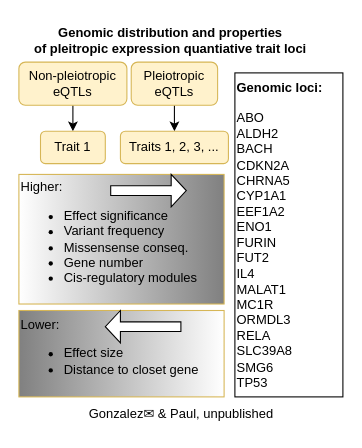
The draw.io diagram ms/fig/graphical_abstract.drawio in aitgon/gwas2eqtl_pleiotropy, before the edit. Source tidied: cells renumbered, new cells numbered last; positions are measured from the earlier drawing's top-left corner, leaving out a move shared by most shapes. Both pictures are drawn from the tidied source at 108%, with x=0, y=0 at pixel (18, 18).
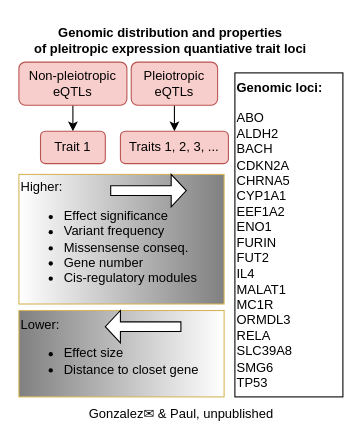
Above is the later version.

Diff of the diagram source:
```diff
@@
 <mxGraphModel>
   <root>
     <mxCell id="0" />
     <mxCell id="1" parent="0" />
     <mxCell id="2" style="rounded=0;jettySize=auto;html=1;exitX=0.5;exitY=1;exitDx=0;exitDy=0;entryX=0.5;entryY=0;entryDx=0;entryDy=0;" parent="1" edge="1" source="3" target="4">
       <mxGeometry relative="1" as="geometry" />
     </mxCell>
-    <mxCell id="3" value="Non-pleiotropic&lt;br&gt;eQTLs" style="rounded=1;whiteSpace=wrap;html=1;fillColor=#fff2cc;strokeColor=#d6b656;" parent="1" vertex="1">
+    <mxCell id="3" value="Non-pleiotropic&lt;br&gt;eQTLs" style="rounded=1;whiteSpace=wrap;html=1;fillColor=#f8cecc;strokeColor=#b85450;" parent="1" vertex="1">
       <mxGeometry y="40" width="100" height="40" as="geometry" />
     </mxCell>
-    <mxCell id="4" value="Trait 1" style="rounded=1;whiteSpace=wrap;html=1;fillColor=#fff2cc;strokeColor=#d6b656;" parent="1" vertex="1">
+    <mxCell id="4" value="Trait 1" style="rounded=1;whiteSpace=wrap;html=1;fillColor=#f8cecc;strokeColor=#b85450;" parent="1" vertex="1">
       <mxGeometry x="20" y="104" width="60" height="30" as="geometry" />
     </mxCell>
     <mxCell id="5" style="rounded=0;jettySize=auto;html=1;entryX=0.5;entryY=0;entryDx=0;entryDy=0;exitX=0.5;exitY=1;exitDx=0;exitDy=0;" parent="1" edge="1" source="6" target="7">
       <mxGeometry relative="1" as="geometry" />
     </mxCell>
-    <mxCell id="6" value="Pleiotropic&lt;br&gt;eQTLs" style="rounded=1;whiteSpace=wrap;html=1;fillColor=#fff2cc;strokeColor=#d6b656;" parent="1" vertex="1">
+    <mxCell id="6" value="Pleiotropic&lt;br&gt;eQTLs" style="rounded=1;whiteSpace=wrap;html=1;fillColor=#f8cecc;strokeColor=#b85450;" parent="1" vertex="1">
       <mxGeometry x="104" y="40" width="80" height="40" as="geometry" />
     </mxCell>
-    <mxCell id="7" value="Traits 1, 2, 3, ..." style="rounded=1;whiteSpace=wrap;html=1;fillColor=#fff2cc;strokeColor=#d6b656;" parent="1" vertex="1">
+    <mxCell id="7" value="Traits 1, 2, 3, ..." style="rounded=1;whiteSpace=wrap;html=1;fillColor=#f8cecc;strokeColor=#b85450;" parent="1" vertex="1">
       <mxGeometry x="94" y="104" width="100" height="30" as="geometry" />
     </mxCell>
     <mxCell id="8" value="&lt;b&gt;Genomic distribution and properties &lt;br&gt;of pleitropic expression quantiative trait loci&lt;br&gt;&lt;/b&gt;" style="text;html=1;align=center;verticalAlign=middle;strokeColor=none;fillColor=none;" parent="1" vertex="1">
       <mxGeometry width="280" height="40" as="geometry" />
     </mxCell>
     <mxCell id="9" value="Higher:&lt;br&gt;&lt;ul&gt;&lt;li&gt;&lt;span style=&quot;background-color: initial;&quot;&gt;Effect significance&lt;/span&gt;&lt;/li&gt;&lt;li&gt;&lt;span style=&quot;background-color: initial;&quot;&gt;Variant frequency&lt;/span&gt;&lt;/li&gt;&lt;li&gt;&lt;span style=&quot;background-color: initial;&quot;&gt;Missensense conseq.&lt;/span&gt;&lt;/li&gt;&lt;li&gt;&lt;span style=&quot;background-color: initial;&quot;&gt;Gene number&lt;/span&gt;&lt;/li&gt;&lt;li&gt;&lt;span style=&quot;background-color: initial;&quot;&gt;Cis-regulatory modules&lt;/span&gt;&lt;/li&gt;&lt;/ul&gt;" style="text;html=1;align=left;verticalAlign=middle;strokeColor=#d6b656;fillColor=#FFFFFF;gradientColor=#808080;gradientDirection=east;" parent="1" vertex="1">
       <mxGeometry y="144" width="190" height="120" as="geometry" />
     </mxCell>
     <mxCell id="10" style="shape=singleArrow;whiteSpace=wrap;html=1;" parent="1" vertex="1">
       <mxGeometry x="85" y="144" width="70" height="30" as="geometry" />
     </mxCell>
     <mxCell id="11" value="Lower:&lt;br&gt;&lt;ul&gt;&lt;li&gt;Effect size&lt;/li&gt;&lt;li&gt;&lt;span style=&quot;text-align: center;&quot;&gt;Distance to closet gene&lt;/span&gt;&lt;br&gt;&lt;/li&gt;&lt;/ul&gt;" style="text;html=1;align=left;verticalAlign=middle;strokeColor=#d6b656;fillColor=#808080;gradientColor=#FFFFFF;gradientDirection=east;" parent="1" vertex="1">
       <mxGeometry y="270" width="190" height="80" as="geometry" />
     </mxCell>
     <mxCell id="12" style="shape=singleArrow;whiteSpace=wrap;html=1;direction=west;" parent="1" vertex="1">
       <mxGeometry x="80" y="270" width="70" height="30" as="geometry" />
     </mxCell>
     <mxCell id="13" value="&lt;div&gt;&lt;b&gt;Genomic loci:&lt;/b&gt;&lt;/div&gt;&lt;div&gt;&lt;b&gt;&lt;br&gt;&lt;/b&gt;&lt;/div&gt;&lt;div&gt;ABO&lt;/div&gt;&lt;div&gt;ALDH2&lt;/div&gt;&lt;div&gt;BACH&lt;/div&gt;&lt;div&gt;CDKN2A&lt;/div&gt;&lt;div&gt;CHRNA5&lt;/div&gt;&lt;div&gt;CYP1A1&lt;/div&gt;&lt;div&gt;EEF1A2&lt;/div&gt;&lt;div&gt;ENO1&lt;/div&gt;&lt;div&gt;FURIN&lt;/div&gt;&lt;div&gt;FUT2&lt;/div&gt;&lt;div&gt;IL4&lt;/div&gt;&lt;div&gt;MALAT1&lt;/div&gt;&lt;div&gt;MC1R&lt;/div&gt;&lt;div&gt;ORMDL3&lt;/div&gt;&lt;div&gt;RELA&lt;/div&gt;&lt;div&gt;SLC39A8&lt;/div&gt;&lt;div&gt;SMG6&lt;/div&gt;&lt;div&gt;TP53&lt;/div&gt;" style="text;html=1;align=left;verticalAlign=middle;strokeColor=default;fillColor=none;" parent="1" vertex="1">
       <mxGeometry x="200" y="50" width="100" height="300" as="geometry" />
     </mxCell>
     <mxCell id="14" value="Gonzalez✉ &amp;amp; Paul, unpublished" style="text;html=1;align=center;verticalAlign=middle;strokeColor=none;fillColor=none;" parent="1" vertex="1">
       <mxGeometry x="55" y="351" width="190" height="30" as="geometry" />
     </mxCell>
   </root>
 </mxGraphModel>
```
